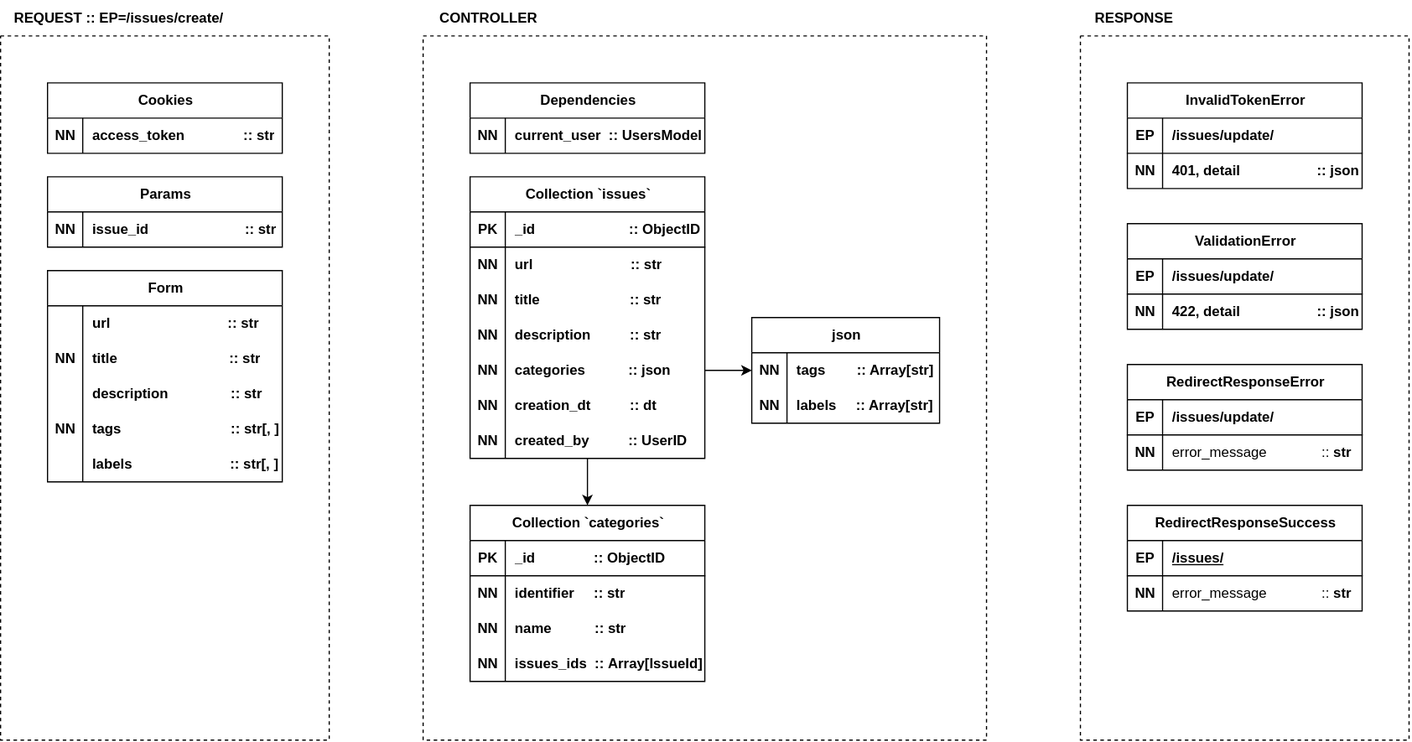
ames0k0/Ticket keeps this draw.io diagram as contributors/issues/update/post/Diagram-Update.drawio.svg. Above is the earlier version. Source tidied: cells renumbered, new cells last; positions are measured from the earlier drawing's top-left corner, leaving out a move shared by most shapes.
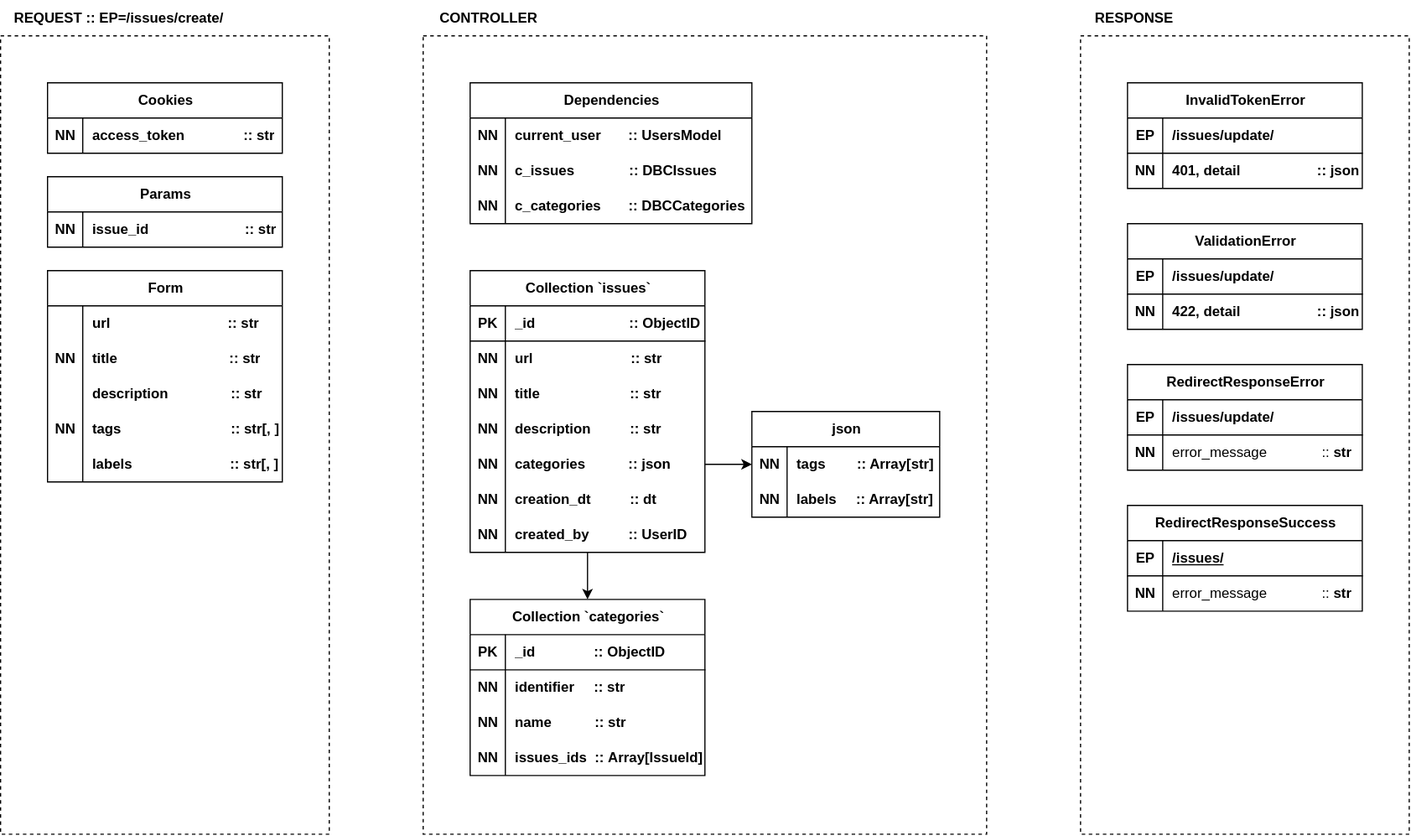
The same file after the commit.

Commit message:
[ticket] Contributors: Issues::Update::POST

The edit, as a diff of the source:
```diff
@@ -54,7 +54,7 @@
       <mxGeometry relative="1" as="geometry" />
     </mxCell>
     <mxCell id="19" value="Collection `issues`" style="shape=table;startSize=30;rowLines=0;fontStyle=1;align=center;html=1;" parent="1" vertex="1">
-      <mxGeometry x="400" y="150" width="200" height="240" as="geometry" />
+      <mxGeometry x="400" y="230" width="200" height="240" as="geometry" />
     </mxCell>
     <mxCell id="20" style="shape=tableRow;horizontal=0;startSize=0;swimlaneHead=0;swimlaneBody=0;fillColor=none;top=0;left=0;right=0;bottom=1;" parent="19" vertex="1">
       <mxGeometry y="30" width="200" height="30" as="geometry" />
@@ -120,7 +120,7 @@
       <mxGeometry x="30" width="170" height="30" as="geometry" />
     </mxCell>
     <mxCell id="41" value="json" style="shape=table;startSize=30;rowLines=0;fontStyle=1;align=center;html=1;" parent="1" vertex="1">
-      <mxGeometry x="640" y="270" width="160" height="90" as="geometry" />
+      <mxGeometry x="640" y="350" width="160" height="90" as="geometry" />
     </mxCell>
     <mxCell id="42" style="shape=tableRow;horizontal=0;startSize=0;swimlaneHead=0;swimlaneBody=0;fillColor=none;top=0;left=0;right=0;bottom=0;" parent="41" vertex="1">
       <mxGeometry y="30" width="160" height="30" as="geometry" />
@@ -144,7 +144,7 @@
       <mxGeometry relative="1" as="geometry" />
     </mxCell>
     <mxCell id="49" value="Collection `categories`" style="shape=table;startSize=30;rowLines=0;fontStyle=1;align=center;html=1;" parent="1" vertex="1">
-      <mxGeometry x="400" y="430" width="200" height="150" as="geometry" />
+      <mxGeometry x="400" y="510" width="200" height="150" as="geometry" />
     </mxCell>
     <mxCell id="50" style="shape=tableRow;horizontal=0;startSize=0;swimlaneHead=0;swimlaneBody=0;fillColor=none;top=0;left=0;right=0;bottom=1;" parent="49" vertex="1">
       <mxGeometry y="30" width="200" height="30" as="geometry" />
@@ -230,8 +230,8 @@
         <mxPoint y="30" as="targetPoint" />
         <Array as="points">
           <mxPoint x="280" y="30" />
-          <mxPoint x="280" y="630" />
-          <mxPoint y="630" />
+          <mxPoint x="280" y="710" />
+          <mxPoint y="710" />
         </Array>
       </mxGeometry>
     </mxCell>
@@ -241,8 +241,8 @@
         <mxPoint x="360" y="30" as="targetPoint" />
         <Array as="points">
           <mxPoint x="840" y="30" />
-          <mxPoint x="840" y="630" />
-          <mxPoint x="360" y="630" />
+          <mxPoint x="840" y="710" />
+          <mxPoint x="360" y="710" />
         </Array>
       </mxGeometry>
     </mxCell>
@@ -255,8 +255,8 @@
         <mxPoint x="920" y="30" as="targetPoint" />
         <Array as="points">
           <mxPoint x="1200" y="30" />
-          <mxPoint x="1200" y="630" />
-          <mxPoint x="920" y="630" />
+          <mxPoint x="1200" y="710" />
+          <mxPoint x="920" y="710" />
         </Array>
       </mxGeometry>
     </mxCell>
@@ -278,18 +278,6 @@
     <mxCell id="85" value="access_token&amp;nbsp; &amp;nbsp; &amp;nbsp; &amp;nbsp; &amp;nbsp; &amp;nbsp; &amp;nbsp; &amp;nbsp;:: str" style="shape=partialRectangle;fillColor=none;top=0;left=0;bottom=0;right=0;align=left;spacingLeft=6;overflow=hidden;whiteSpace=wrap;html=1;fontStyle=1;" parent="83" vertex="1">
       <mxGeometry x="30" width="170" height="30" as="geometry" />
     </mxCell>
-    <mxCell id="86" value="Dependencies" style="shape=table;startSize=30;rowLines=0;fontStyle=1;align=center;html=1;" parent="1" vertex="1">
-      <mxGeometry x="400" y="70" width="200" height="60" as="geometry" />
-    </mxCell>
-    <mxCell id="87" style="shape=tableRow;horizontal=0;startSize=0;swimlaneHead=0;swimlaneBody=0;fillColor=none;top=0;left=0;right=0;bottom=0;" parent="86" vertex="1">
-      <mxGeometry y="30" width="200" height="30" as="geometry" />
-    </mxCell>
-    <mxCell id="88" value="&lt;b&gt;NN&lt;/b&gt;" style="shape=partialRectangle;fillColor=none;top=0;left=0;bottom=0;right=0;overflow=hidden;whiteSpace=wrap;html=1;" parent="87" vertex="1">
-      <mxGeometry width="30" height="30" as="geometry" />
-    </mxCell>
-    <mxCell id="89" value="current_user&amp;nbsp; :: UsersModel" style="shape=partialRectangle;fillColor=none;top=0;left=0;bottom=0;right=0;align=left;spacingLeft=6;overflow=hidden;whiteSpace=wrap;html=1;fontStyle=1;" parent="87" vertex="1">
-      <mxGeometry x="30" width="170" height="30" as="geometry" />
-    </mxCell>
     <mxCell id="90" value="InvalidTokenError" style="shape=table;startSize=30;rowLines=0;fontStyle=1;align=center;html=1;" parent="1" vertex="1">
       <mxGeometry x="960" y="70" width="200" height="90" as="geometry" />
     </mxCell>
@@ -344,5 +332,35 @@
     <mxCell id="107" value="&lt;b&gt;issue_id&lt;span style=&quot;white-space: pre;&quot;&gt;&#9;&lt;/span&gt;&lt;span style=&quot;white-space: pre;&quot;&gt;&#9;&lt;/span&gt;&lt;span style=&quot;white-space: pre;&quot;&gt;&#9;&lt;/span&gt;&amp;nbsp; &amp;nbsp; &amp;nbsp; &amp;nbsp;:: str&lt;/b&gt;" style="shape=partialRectangle;fillColor=none;top=0;left=0;bottom=0;right=0;align=left;spacingLeft=6;overflow=hidden;whiteSpace=wrap;html=1;" parent="105" vertex="1">
       <mxGeometry x="30" width="170" height="30" as="geometry" />
     </mxCell>
+    <mxCell id="86" value="Dependencies" style="shape=table;startSize=30;rowLines=0;fontStyle=1;align=center;html=1;" parent="1" vertex="1">
+      <mxGeometry x="400" y="70" width="240" height="120" as="geometry" />
+    </mxCell>
+    <mxCell id="108" style="shape=tableRow;horizontal=0;startSize=0;swimlaneHead=0;swimlaneBody=0;fillColor=none;top=0;left=0;right=0;bottom=0;" parent="86" vertex="1">
+      <mxGeometry y="30" width="240" height="30" as="geometry" />
+    </mxCell>
+    <mxCell id="109" value="&lt;b&gt;NN&lt;/b&gt;" style="shape=partialRectangle;fillColor=none;top=0;left=0;bottom=0;right=0;overflow=hidden;whiteSpace=wrap;html=1;" parent="108" vertex="1">
+      <mxGeometry width="30" height="30" as="geometry" />
+    </mxCell>
+    <mxCell id="89" value="current_user&amp;nbsp; &amp;nbsp; &amp;nbsp; &amp;nbsp;:: UsersModel" style="shape=partialRectangle;fillColor=none;top=0;left=0;bottom=0;right=0;align=left;spacingLeft=6;overflow=hidden;whiteSpace=wrap;html=1;fontStyle=1;" parent="108" vertex="1">
+      <mxGeometry x="30" width="210" height="30" as="geometry" />
+    </mxCell>
+    <mxCell id="110" style="shape=tableRow;horizontal=0;startSize=0;swimlaneHead=0;swimlaneBody=0;fillColor=none;top=0;left=0;right=0;bottom=0;" parent="86" vertex="1">
+      <mxGeometry y="60" width="240" height="30" as="geometry" />
+    </mxCell>
+    <mxCell id="111" value="&lt;b&gt;NN&lt;/b&gt;" style="shape=partialRectangle;fillColor=none;top=0;left=0;bottom=0;right=0;overflow=hidden;whiteSpace=wrap;html=1;" parent="110" vertex="1">
+      <mxGeometry width="30" height="30" as="geometry" />
+    </mxCell>
+    <mxCell id="112" value="c_issues&amp;nbsp; &amp;nbsp; &amp;nbsp; &amp;nbsp; &amp;nbsp; &amp;nbsp; &amp;nbsp; :: DBCIssues" style="shape=partialRectangle;fillColor=none;top=0;left=0;bottom=0;right=0;align=left;spacingLeft=6;overflow=hidden;whiteSpace=wrap;html=1;fontStyle=1;" parent="110" vertex="1">
+      <mxGeometry x="30" width="210" height="30" as="geometry" />
+    </mxCell>
+    <mxCell id="113" style="shape=tableRow;horizontal=0;startSize=0;swimlaneHead=0;swimlaneBody=0;fillColor=none;top=0;left=0;right=0;bottom=0;" parent="86" vertex="1">
+      <mxGeometry y="90" width="240" height="30" as="geometry" />
+    </mxCell>
+    <mxCell id="114" value="NN" style="shape=partialRectangle;fillColor=none;top=0;left=0;bottom=0;right=0;overflow=hidden;whiteSpace=wrap;html=1;fontStyle=1;" parent="113" vertex="1">
+      <mxGeometry width="30" height="30" as="geometry" />
+    </mxCell>
+    <mxCell id="115" value="c_categories&amp;nbsp; &amp;nbsp; &amp;nbsp; &amp;nbsp;:: DBCCategories" style="shape=partialRectangle;fillColor=none;top=0;left=0;bottom=0;right=0;align=left;spacingLeft=6;overflow=hidden;whiteSpace=wrap;html=1;fontStyle=1;" parent="113" vertex="1">
+      <mxGeometry x="30" width="210" height="30" as="geometry" />
+    </mxCell>
   </root>
 </mxGraphModel>
```
